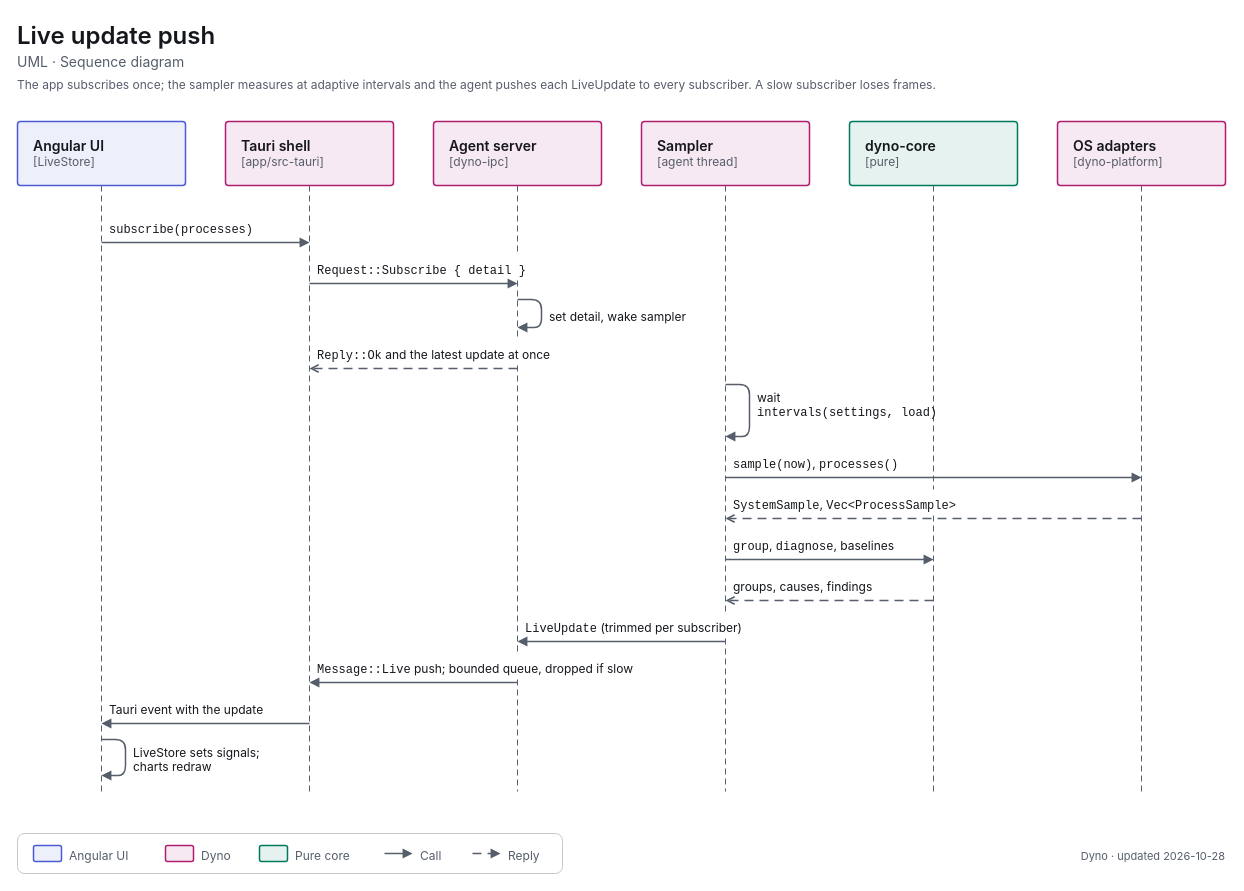
Above: apps/dyno/diagrams/uml-seq-live-update.drawio in decryp7/paddock (draw.io), before the change. Source tidied: cells renumbered, new cells numbered last; positions are measured from the earlier drawing's top-left corner, leaving out a move shared by most shapes. Both pictures are drawn from the tidied source at 100%, with x=0, y=0 at pixel (17, 17).
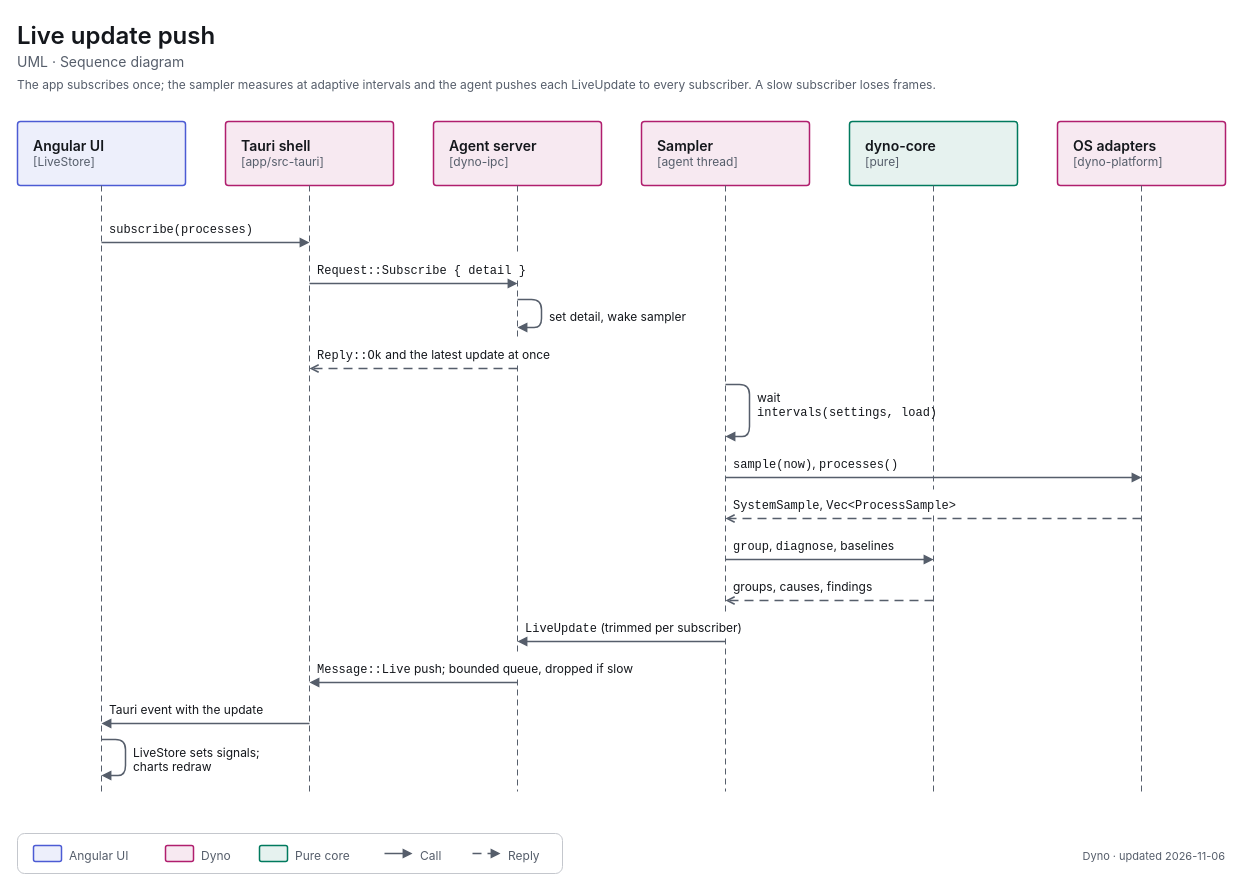
After the change.

The edit, as a diff of the source:
```diff
@@
-    <mxCell id="59" value="&lt;span style=&quot;font-size:11px;font-weight:400&quot;&gt;Dyno · updated 2026-10-28&lt;/span&gt;" style="html=1;whiteSpace=wrap;fontFamily=-apple-system,BlinkMacSystemFont,Segoe UI,system-ui,sans-serif;fontSize=12;fontColor=light-dark(#14171C,#ECEEF1);text;strokeColor=none;fillColor=none;align=right;verticalAlign=top;spacing=0;fontColor=light-dark(#565E6B,#A0A7B2);" parent="1" vertex="1">
+    <mxCell id="59" value="&lt;span style=&quot;font-size:11px;font-weight:400&quot;&gt;Dyno · updated 2026-11-06&lt;/span&gt;" style="html=1;whiteSpace=wrap;fontFamily=-apple-system,BlinkMacSystemFont,Segoe UI,system-ui,sans-serif;fontSize=12;fontColor=light-dark(#14171C,#ECEEF1);text;strokeColor=none;fillColor=none;align=right;verticalAlign=top;spacing=0;fontColor=light-dark(#565E6B,#A0A7B2);" parent="1" vertex="1">
       <mxGeometry x="848" y="827" width="360" height="18" as="geometry" />
     </mxCell>
```
